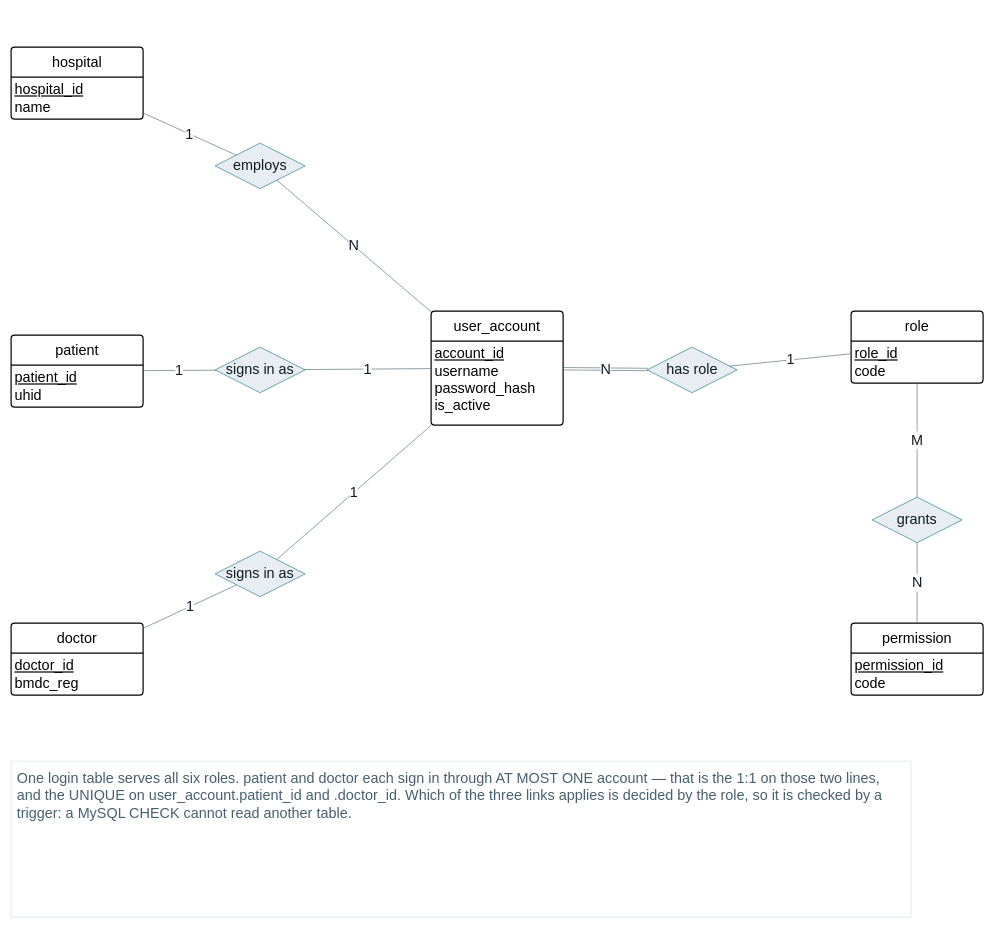
Above: page "4 · Access" (4 of 6) of docs/er-diagrams/uhid-er-chen-boxed.drawio in NoboIshraque/hospital-management-system (draw.io), before the change. Source tidied: cells renumbered, new cells numbered last; positions are measured from the earlier drawing's top-left corner, leaving out a move shared by most shapes. Both pictures are drawn from the tidied source at 60%, with x=0, y=0 at pixel (11, 47).
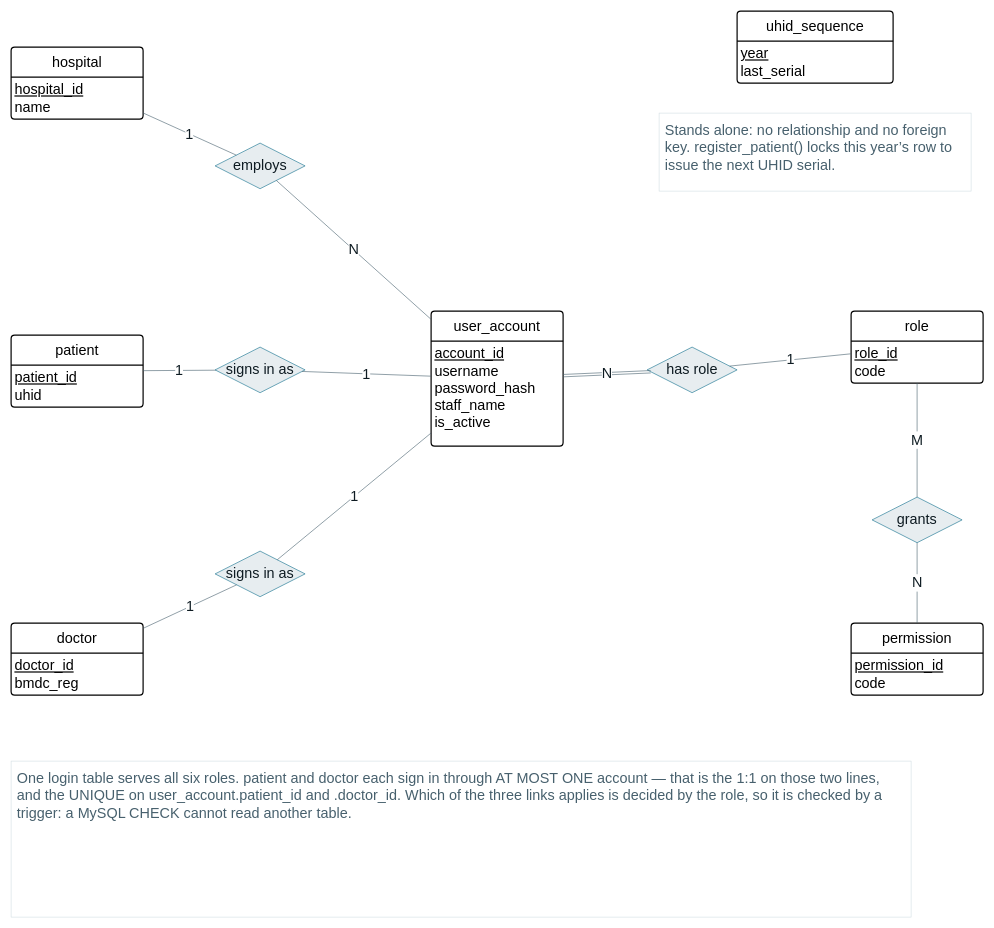
After the change.

Change to the diagram source:
```diff
@@
     <mxCell id="8" value="user_account" style="swimlane;horizontal=1;startSize=50;rounded=1;fontSize=24;fontStyle=0;strokeWidth=2;shadow=0;dashed=0;align=center;arcSize=4;whiteSpace=wrap;html=1;" parent="1" vertex="1">
-      <mxGeometry x="700" y="440" width="220" height="190" as="geometry" />
+      <mxGeometry x="700" y="440" width="220" height="225" as="geometry" />
     </mxCell>
-    <mxCell id="9" value="&lt;u&gt;account_id&lt;/u&gt;&lt;div&gt;username&lt;/div&gt;&lt;div&gt;password_hash&lt;/div&gt;&lt;div&gt;is_active&lt;/div&gt;" style="align=left;strokeColor=none;fillColor=none;spacingLeft=4;spacingRight=4;fontSize=24;verticalAlign=top;html=1;whiteSpace=wrap;" parent="8" vertex="1">
-      <mxGeometry y="50" width="220" height="140" as="geometry" />
+    <mxCell id="9" value="&lt;u&gt;account_id&lt;/u&gt;&lt;div&gt;username&lt;/div&gt;&lt;div&gt;password_hash&lt;/div&gt;&lt;div&gt;staff_name&lt;/div&gt;&lt;div&gt;is_active&lt;/div&gt;" style="align=left;strokeColor=none;fillColor=none;spacingLeft=4;spacingRight=4;fontSize=24;verticalAlign=top;html=1;whiteSpace=wrap;" parent="8" vertex="1">
+      <mxGeometry y="50" width="220" height="175" as="geometry" />
     </mxCell>
@@
+    <mxCell id="30" value="uhid_sequence" style="swimlane;horizontal=1;startSize=50;rounded=1;fontSize=24;fontStyle=0;strokeWidth=2;shadow=0;dashed=0;align=center;arcSize=4;whiteSpace=wrap;html=1;" parent="1" vertex="1">
+      <mxGeometry x="1210" y="-60" width="260" height="120" as="geometry" />
+    </mxCell>
+    <mxCell id="31" value="&lt;u&gt;year&lt;/u&gt;&lt;div&gt;last_serial&lt;/div&gt;" style="align=left;strokeColor=none;fillColor=none;spacingLeft=4;spacingRight=4;fontSize=24;verticalAlign=top;html=1;whiteSpace=wrap;" parent="30" vertex="1">
+      <mxGeometry y="50" width="260" height="70" as="geometry" />
+    </mxCell>
+    <mxCell id="32" value="Stands alone: no relationship and no foreign key. register_patient() locks this year’s row to issue the next UHID serial." style="text;html=1;align=left;verticalAlign=top;whiteSpace=wrap;fontSize=24;fontColor=#47606D;fillColor=#FFFFFF;strokeColor=#D3DEE3;spacing=10;" parent="1" vertex="1">
+      <mxGeometry x="1080" y="110" width="520" height="130" as="geometry" />
+    </mxCell>
```
